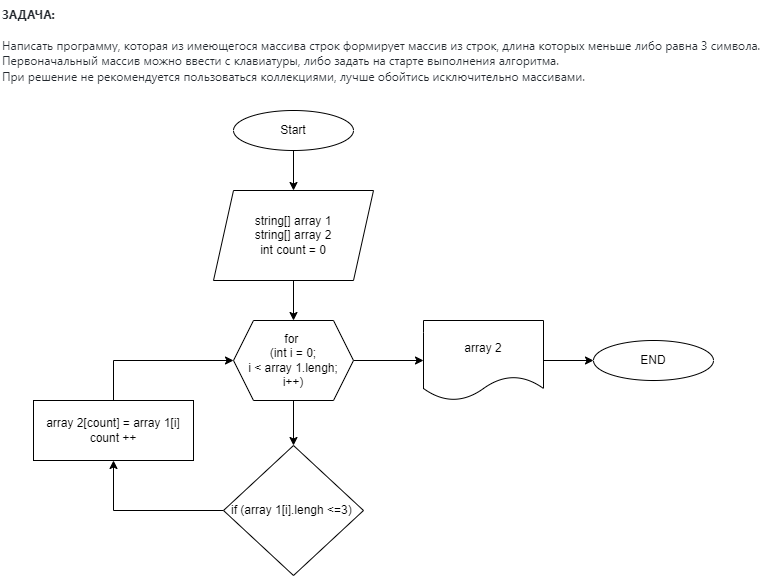
This is FinalTask/Algorithm/algorithm.drawio.png from PavelKnjazkov/L_3, a draw.io export, as it was before one commit. Source tidied: cells renumbered, new cells last; positions are measured from the earlier drawing's top-left corner, leaving out a move shared by most shapes.
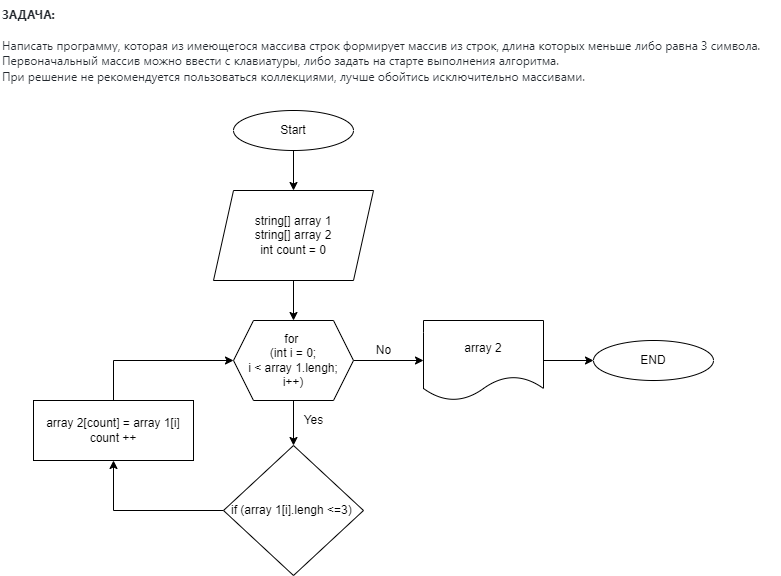
After the commit.

Commit message:
Добавил Yes и No в блок-схеме в папке Algorithm

What changed in the source:
```diff
@@ -47,5 +47,11 @@
     <mxCell id="16" value="array 2[count] = array 1[i]&lt;br&gt;count ++" style="rounded=0;whiteSpace=wrap;html=1;fontSize=12;" parent="1" vertex="1">
       <mxGeometry x="33" y="400" width="160" height="60" as="geometry" />
     </mxCell>
+    <mxCell id="17" value="Yes" style="text;html=1;align=center;verticalAlign=middle;strokeColor=none;fillColor=none;" parent="1" vertex="1">
+      <mxGeometry x="293" y="405" width="40" height="30" as="geometry" />
+    </mxCell>
+    <mxCell id="18" value="No" style="text;html=1;align=center;verticalAlign=middle;strokeColor=none;fillColor=none;" parent="1" vertex="1">
+      <mxGeometry x="363" y="335" width="40" height="30" as="geometry" />
+    </mxCell>
   </root>
 </mxGraphModel>
```
